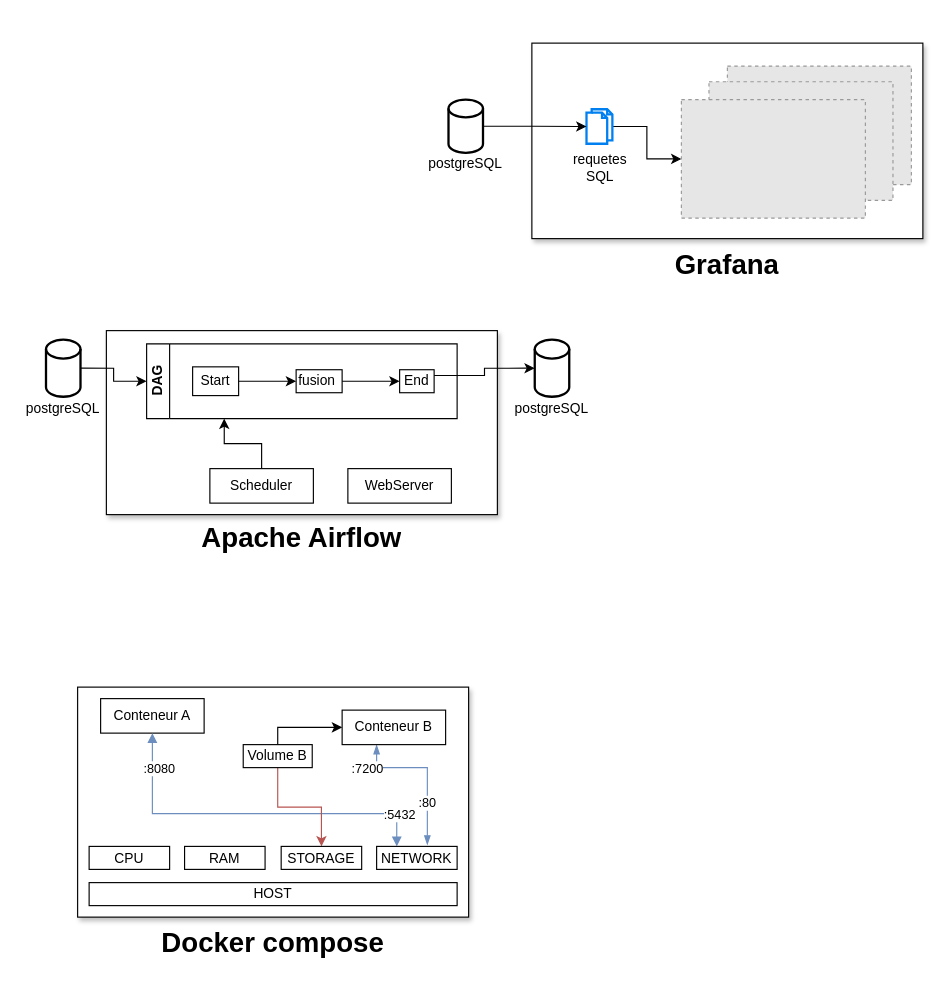
Before: page "docker" (4 of 4) of doc/schemas/schema-composants.drawio in AntoineValette/projet_industriel, a draw.io diagram. Source tidied: cells renumbered, new cells numbered last; positions are measured from the earlier drawing's top-left corner, leaving out a move shared by most shapes. Both pictures are drawn from the tidied source at 115%, with x=0, y=0 at pixel (20, 20). Pictures stored in the file or linked from it are replaced by grey dashed boxes.
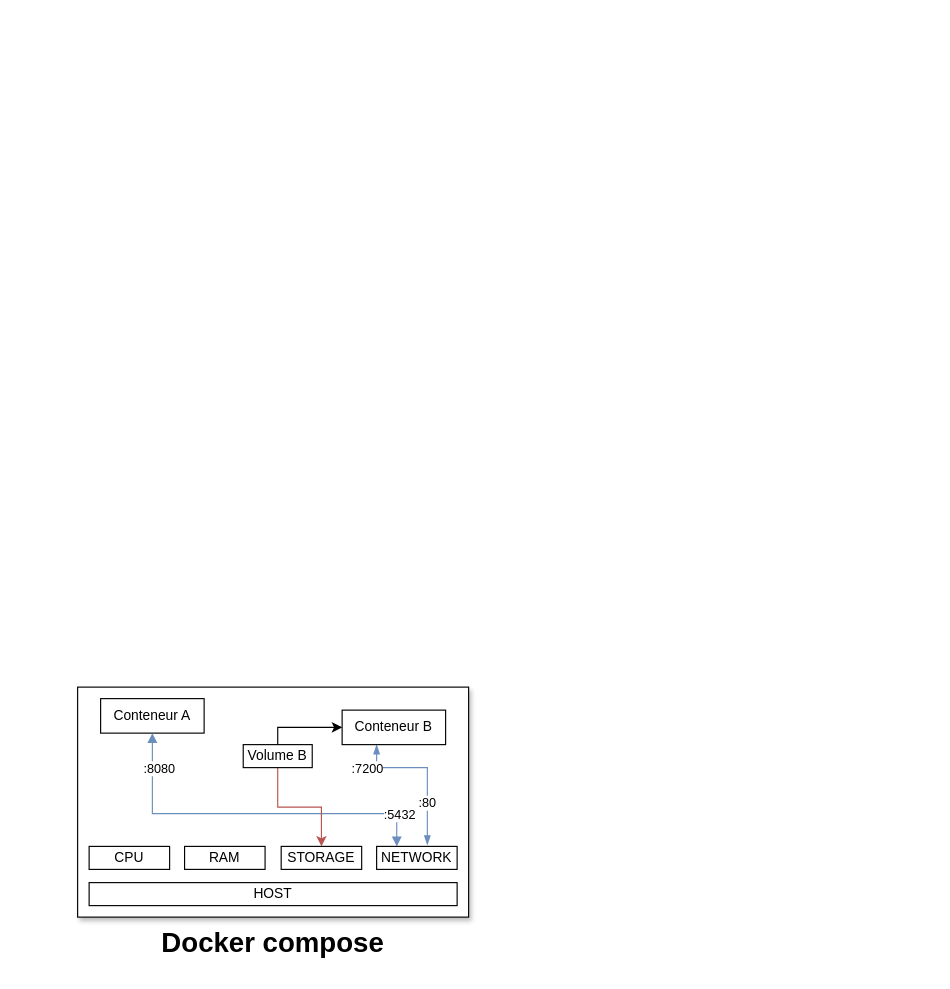
The same diagram, later.

Change to the diagram source:
```diff
@@
-    <mxCell id="2" style="group;" parent="1" vertex="1">
-      <mxGeometry y="270" width="500" height="200" as="geometry" />
-    </mxCell>
-    <mxCell id="3" value="&lt;h1 style=&quot;margin-top: 0px;&quot;&gt;Apache Airflow&lt;/h1&gt;" style="text;html=1;whiteSpace=wrap;overflow=hidden;rounded=0;align=center;" parent="2" vertex="1">
-      <mxGeometry x="75" y="160" width="340" height="40" as="geometry" />
-    </mxCell>
-    <mxCell id="4" style="whiteSpace=wrap;html=1;shadow=1;labelPosition=center;verticalLabelPosition=top;align=center;verticalAlign=bottom;textShadow=0;" parent="2" vertex="1">
-      <mxGeometry x="75" width="340" height="160" as="geometry" />
-    </mxCell>
-    <mxCell id="5" style="edgeStyle=orthogonalEdgeStyle;rounded=0;jettySize=auto;html=1;entryX=0.25;entryY=1;entryDx=0;entryDy=0;" parent="2" edge="1" source="6" target="10">
-      <mxGeometry relative="1" as="geometry" />
-    </mxCell>
-    <mxCell id="6" value="Scheduler" style="whiteSpace=wrap;html=1;" parent="2" vertex="1">
-      <mxGeometry x="165" y="120" width="90" height="30" as="geometry" />
-    </mxCell>
-    <mxCell id="7" style="group;" parent="2" vertex="1">
-      <mxGeometry x="425" y="7.8" width="75" height="72.5" as="geometry" />
-    </mxCell>
-    <mxCell id="8" style="strokeWidth=2;html=1;shape=mxgraph.flowchart.database;whiteSpace=wrap;" parent="7" vertex="1">
-      <mxGeometry x="22.5" width="30" height="49.7" as="geometry" />
-    </mxCell>
-    <mxCell id="9" value="postgreSQL" style="text;html=1;align=center;verticalAlign=middle;whiteSpace=wrap;rounded=0;" parent="7" vertex="1">
-      <mxGeometry y="47.6" width="75" height="24.9" as="geometry" />
-    </mxCell>
-    <mxCell id="10" value="DAG" style="swimlane;html=1;startSize=20;horizontal=0;flowOrientation=west;interRankCellSpacing=50;containerType=tree;fontSize=12;" parent="2" vertex="1">
-      <mxGeometry x="110" y="11.5" width="270" height="65" as="geometry" />
-    </mxCell>
-    <mxCell id="11" value="Start" style="whiteSpace=wrap;html=1;" parent="10" vertex="1">
-      <mxGeometry x="40" y="20" width="40" height="25" as="geometry" />
-    </mxCell>
-    <mxCell id="12" value="fusion&amp;nbsp;" style="whiteSpace=wrap;html=1;" parent="10" vertex="1">
-      <mxGeometry x="130" y="22.5" width="40" height="20" as="geometry" />
-    </mxCell>
-    <mxCell id="13" style="html=1;rounded=1;curved=0;sourcePerimeterSpacing=0;targetPerimeterSpacing=0;startSize=6;endSize=6;noEdgeStyle=1;orthogonal=1;" parent="10" edge="1" source="11" target="12">
-      <mxGeometry relative="1" as="geometry">
-        <Array as="points">
-          <mxPoint x="92" y="32.5" />
-          <mxPoint x="118" y="32.5" />
-        </Array>
-      </mxGeometry>
-    </mxCell>
-    <mxCell id="14" style="html=1;rounded=1;curved=0;sourcePerimeterSpacing=0;targetPerimeterSpacing=0;startSize=6;endSize=6;noEdgeStyle=1;orthogonal=1;" parent="10" edge="1" source="12" target="15">
-      <mxGeometry relative="1" as="geometry">
-        <Array as="points">
-          <mxPoint x="182" y="32.5" />
-          <mxPoint x="208" y="32.5" />
-        </Array>
-      </mxGeometry>
-    </mxCell>
-    <mxCell id="15" value="End" style="whiteSpace=wrap;html=1;" parent="10" vertex="1">
-      <mxGeometry x="220" y="22.5" width="30" height="20" as="geometry" />
-    </mxCell>
-    <mxCell id="16" style="group;" parent="2" vertex="1">
-      <mxGeometry y="7.8" width="75" height="72.5" as="geometry" />
-    </mxCell>
-    <mxCell id="17" style="strokeWidth=2;html=1;shape=mxgraph.flowchart.database;whiteSpace=wrap;" parent="16" vertex="1">
-      <mxGeometry x="22.5" width="30" height="49.7" as="geometry" />
-    </mxCell>
-    <mxCell id="18" value="postgreSQL" style="text;html=1;align=center;verticalAlign=middle;whiteSpace=wrap;rounded=0;" parent="16" vertex="1">
-      <mxGeometry y="47.6" width="75" height="24.9" as="geometry" />
-    </mxCell>
-    <mxCell id="19" value="WebServer" style="whiteSpace=wrap;html=1;" parent="2" vertex="1">
-      <mxGeometry x="285" y="120" width="90" height="30" as="geometry" />
-    </mxCell>
-    <mxCell id="20" style="edgeStyle=orthogonalEdgeStyle;rounded=0;jettySize=auto;html=1;exitX=1;exitY=0.5;exitDx=0;exitDy=0;exitPerimeter=0;" parent="2" edge="1" source="17" target="10">
-      <mxGeometry relative="1" as="geometry" />
-    </mxCell>
-    <mxCell id="21" style="edgeStyle=orthogonalEdgeStyle;rounded=0;jettySize=auto;html=1;exitX=1;exitY=0.25;exitDx=0;exitDy=0;entryX=0;entryY=0.5;entryDx=0;entryDy=0;entryPerimeter=0;" parent="2" edge="1" source="15" target="8">
-      <mxGeometry relative="1" as="geometry" />
-    </mxCell>
-    <mxCell id="22" style="group;" parent="1" vertex="1">
-      <mxGeometry x="350" width="435" height="232" as="geometry" />
-    </mxCell>
-    <mxCell id="23" value="&lt;h1 style=&quot;margin-top: 0px;&quot;&gt;Grafana&lt;/h1&gt;" style="text;html=1;whiteSpace=wrap;overflow=hidden;rounded=0;align=center;" parent="22" vertex="1">
-      <mxGeometry x="95" y="192" width="340" height="40" as="geometry" />
-    </mxCell>
-    <mxCell id="24" style="whiteSpace=wrap;html=1;shadow=1;labelPosition=center;verticalLabelPosition=top;align=center;verticalAlign=bottom;textShadow=0;" parent="22" vertex="1">
-      <mxGeometry x="95" y="20" width="340" height="170" as="geometry" />
-    </mxCell>
-    <mxCell id="25" style="group;" parent="22" vertex="1">
-      <mxGeometry y="69.1" width="75" height="67.5" as="geometry" />
-    </mxCell>
-    <mxCell id="26" style="strokeWidth=2;html=1;shape=mxgraph.flowchart.database;whiteSpace=wrap;" parent="25" vertex="1">
-      <mxGeometry x="22.5" width="30" height="46.3" as="geometry" />
-    </mxCell>
-    <mxCell id="27" value="postgreSQL" style="text;html=1;align=center;verticalAlign=middle;whiteSpace=wrap;rounded=0;" parent="25" vertex="1">
-      <mxGeometry y="44.4" width="75" height="23.1" as="geometry" />
-    </mxCell>
-    <mxCell id="28" style="fillColor=#E6E6E6;strokeColor=#999999;dashed=1;verticalLabelPosition=bottom;labelBackgroundColor=default;verticalAlign=top;" parent="22" vertex="1">
-      <mxGeometry x="265" y="40" width="160" height="103.1" as="geometry" />
-    </mxCell>
-    <mxCell id="29" style="edgeStyle=orthogonalEdgeStyle;rounded=0;jettySize=auto;html=1;" parent="22" edge="1" source="30" target="32">
-      <mxGeometry relative="1" as="geometry" />
-    </mxCell>
-    <mxCell id="30" value="requetes&lt;div&gt;SQL&lt;/div&gt;" style="html=1;verticalLabelPosition=bottom;align=center;labelBackgroundColor=#ffffff;verticalAlign=top;strokeWidth=2;strokeColor=#0080F0;shadow=0;dashed=0;shape=mxgraph.ios7.icons.documents;" parent="22" vertex="1">
-      <mxGeometry x="142.5" y="77.5" width="22.5" height="30" as="geometry" />
-    </mxCell>
-    <mxCell id="31" style="fillColor=#E6E6E6;strokeColor=#999999;dashed=1;verticalLabelPosition=bottom;labelBackgroundColor=default;verticalAlign=top;" parent="22" vertex="1">
-      <mxGeometry x="249" y="53.6" width="160" height="103.1" as="geometry" />
-    </mxCell>
-    <mxCell id="32" style="fillColor=#E6E6E6;strokeColor=#999999;dashed=1;verticalLabelPosition=bottom;labelBackgroundColor=default;verticalAlign=top;" parent="22" vertex="1">
-      <mxGeometry x="225" y="69.1" width="160" height="103.1" as="geometry" />
-    </mxCell>
-    <mxCell id="33" style="edgeStyle=orthogonalEdgeStyle;rounded=0;jettySize=auto;html=1;" parent="22" edge="1" source="26" target="30">
-      <mxGeometry relative="1" as="geometry" />
-    </mxCell>
```
